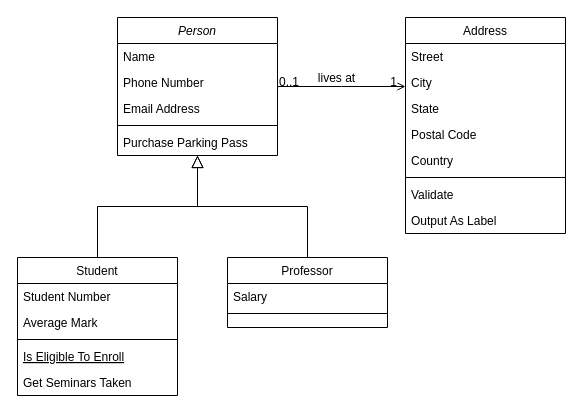
The draw.io diagram Klassendiagramm.drawio in JL710/noname-rollplaygame, before the edit. Source tidied: cells renumbered, new cells numbered last; positions are measured from the earlier drawing's top-left corner, leaving out a move shared by most shapes. Both pictures are drawn from the tidied source at 100%, with x=0, y=0 at pixel (17, 17).
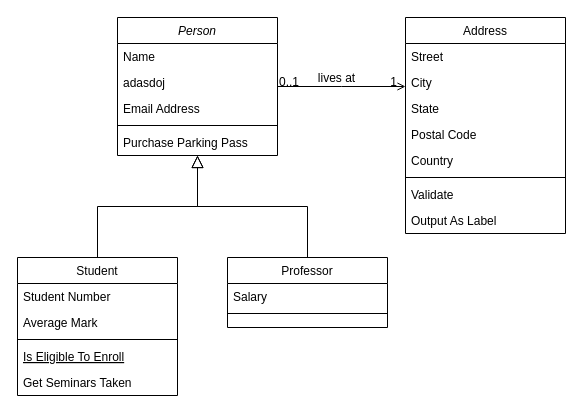
The same page after the edit.

The change refers to these unchanged cells:
```xml
<mxCell id="2" value="Person" style="swimlane;fontStyle=2;align=center;verticalAlign=top;horizontal=1;startSize=26;rounded=0;shadow=0;strokeWidth=1;" parent="1" vertex="1">
  <mxGeometry x="100" width="160" height="138" as="geometry" />
</mxCell>
```

Diff of the diagram source:
```diff
@@
-    <mxCell id="4" value="Phone Number" style="text;align=left;verticalAlign=top;spacingLeft=4;spacingRight=4;overflow=hidden;rounded=0;shadow=0;html=0;" parent="2" vertex="1">
+    <mxCell id="4" value="adasdoj" style="text;align=left;verticalAlign=top;spacingLeft=4;spacingRight=4;overflow=hidden;rounded=0;shadow=0;html=0;" parent="2" vertex="1">
       <mxGeometry y="52" width="160" height="26" as="geometry" />
     </mxCell>
```
